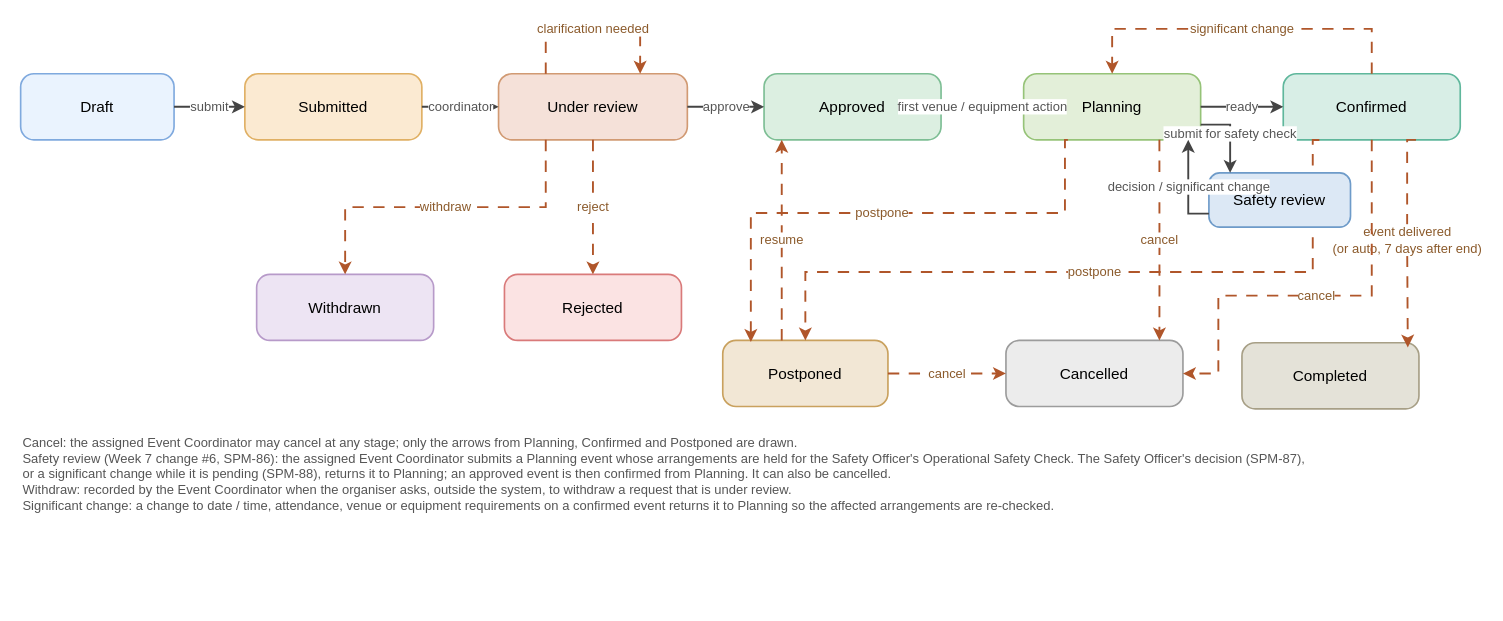
kchoongg/IS212 keeps this draw.io diagram as docs/ConnectSphere_Status_Lifecycle.drawio. Above is the earlier version. Source tidied: cells renumbered, new cells numbered last; positions are measured from the earlier drawing's top-left corner, leaving out a move shared by most shapes. Both pictures are drawn from the tidied source at 118%, with x=0, y=0 at pixel (20, 28).
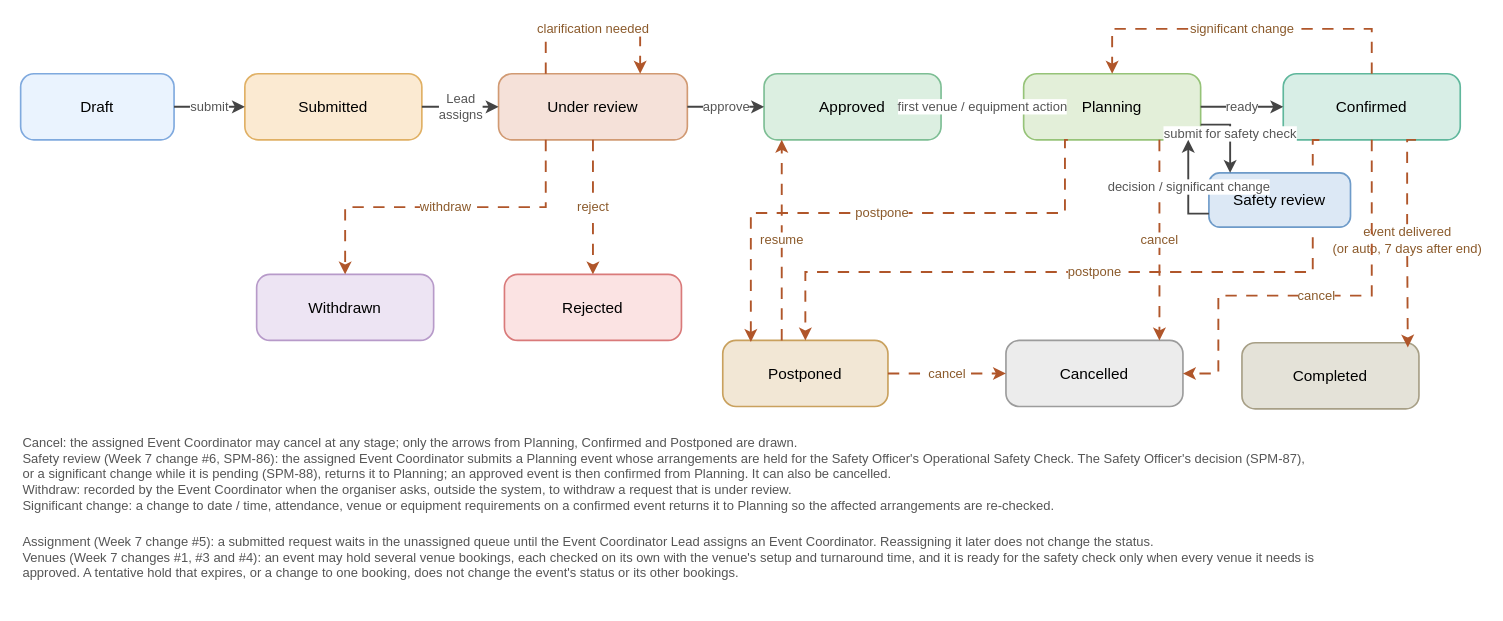
The same page after the edit.

Commit message (it also covers changes not shown here):
Update BPMN and status lifecycle diagrams for the Week 7 changes

Setup and turnaround in the venue checks (#1), venue marked unavailable
(#2), several venues per event (#3), tentative holds expiring (#4), the
Event Coordinator Lead and unassigned queue (#5), and the Operational
Safety Check with a Safety Officer lane (#6). Diagrams and changelog only.

The change refers to these unchanged cells:
```xml
<mxCell id="3" value="Submitted" style="rounded=1;arcSize=20;whiteSpace=wrap;html=1;fontSize=13;strokeWidth=1.4;fillColor=#FBEAD2;strokeColor=#E0B064;" parent="1" vertex="1">
  <mxGeometry x="190" y="38" width="150" height="56" as="geometry" />
</mxCell>
<mxCell id="4" value="Under review" style="rounded=1;arcSize=20;whiteSpace=wrap;html=1;fontSize=13;strokeWidth=1.4;fillColor=#F5E1D9;strokeColor=#D19A73;" parent="1" vertex="1">
  <mxGeometry x="405" y="38" width="160" height="56" as="geometry" />
</mxCell>
```

What changed in the source:
```diff
@@
-    <mxCell id="15" value="coordinator" style="edgeStyle=orthogonalEdgeStyle;rounded=0;html=1;strokeColor=#444444;strokeWidth=1.6;fontSize=11;fontColor=#555555;jettySize=auto;exitX=1;exitY=0.5;exitDx=0;exitDy=0;entryX=0;entryY=0.5;entryDx=0;entryDy=0;" parent="1" edge="1" source="3" target="4">
+    <mxCell id="15" value="Lead&#10;assigns" style="edgeStyle=orthogonalEdgeStyle;rounded=0;html=1;strokeColor=#444444;strokeWidth=1.6;fontSize=11;fontColor=#555555;jettySize=auto;exitX=1;exitY=0.5;exitDx=0;exitDy=0;entryX=0;entryY=0.5;entryDx=0;entryDy=0;" parent="1" edge="1" source="3" target="4">
       <mxGeometry relative="1" as="geometry" />
     </mxCell>
@@
+    <mxCell id="33" value="Assignment (Week 7 change #5): a submitted request waits in the unassigned queue until the Event Coordinator Lead assigns an Event Coordinator. Reassigning it later does not change the status.&#10;Venues (Week 7 changes #1, #3 and #4): an event may hold several venue bookings, each checked on its own with the venue's setup and turnaround time, and it is ready for the safety check only when every venue it needs is approved. A tentative hold that expires, or a change to one booking, does not change the event's status or its other bookings." style="text;html=1;whiteSpace=wrap;align=left;verticalAlign=top;fontSize=11;fontColor=#555555;strokeColor=none;fillColor=none;" parent="1" vertex="1">
+      <mxGeometry y="422" width="1100" height="62" as="geometry" />
+    </mxCell>
```
